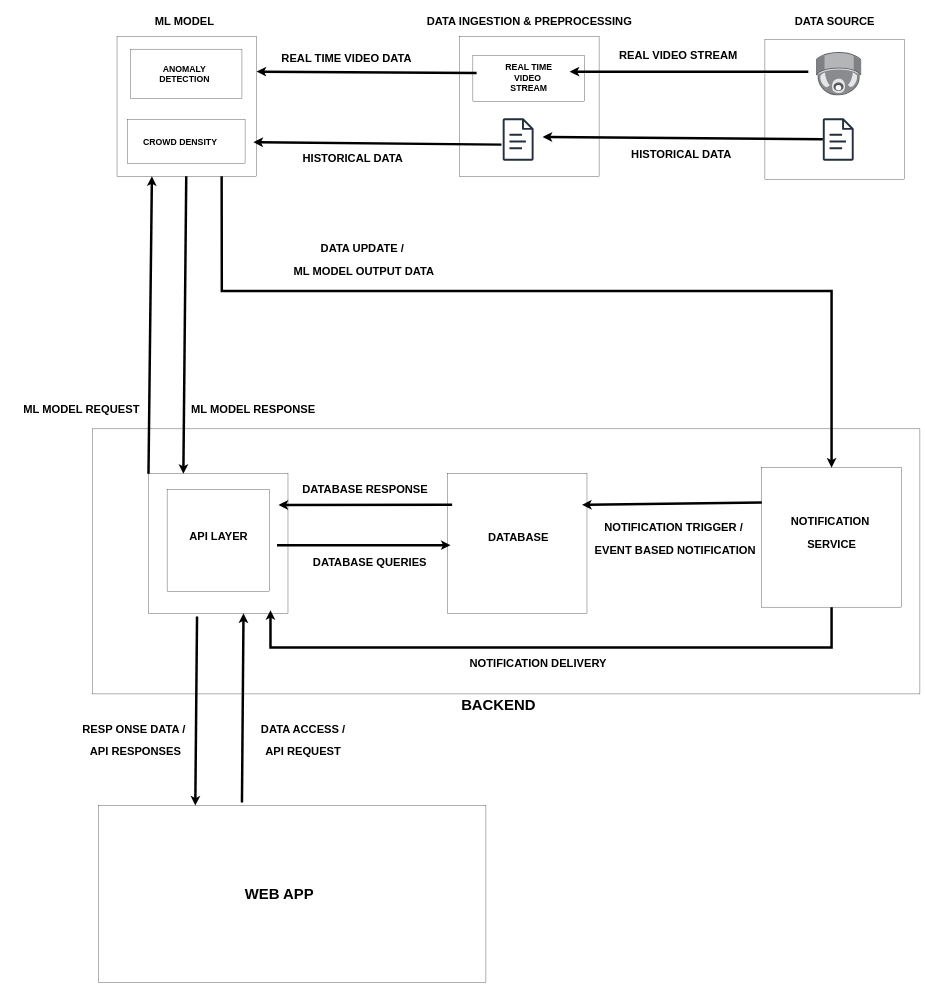
akhil888binoy/60DaysOfDevOps keeps this draw.io diagram as Untitled Diagram.drawio. Above is the earlier version. Source tidied: cells renumbered, new cells numbered last; positions are measured from the earlier drawing's top-left corner, leaving out a move shared by most shapes. Both pictures are drawn from the tidied source at 31%, with x=0, y=0 at pixel (5, 15).
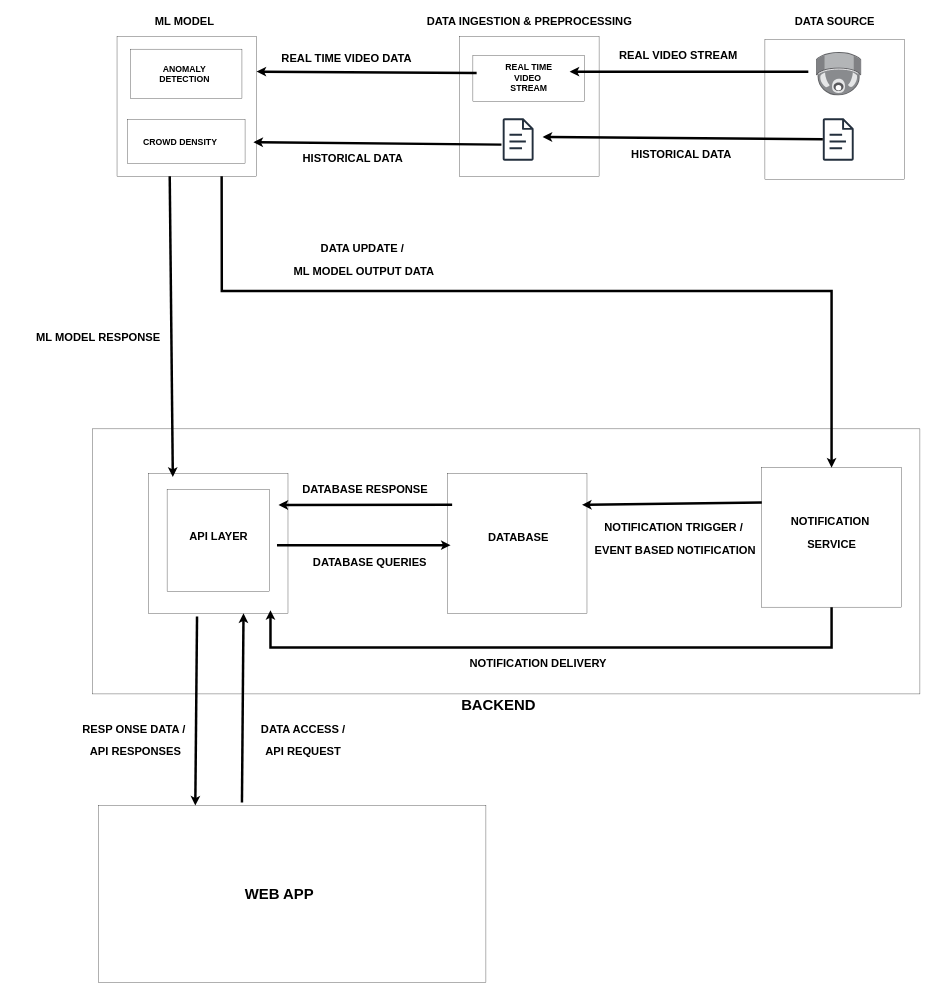
Above is the later version.

Unchanged cells that the change refers to:
```xml
<mxCell id="14" style="whiteSpace=wrap;html=1;" parent="1" vertex="1">
  <mxGeometry x="360" y="70" width="450" height="450" as="geometry" />
</mxCell>
<mxCell id="23" style="whiteSpace=wrap;html=1;" parent="1" vertex="1">
  <mxGeometry x="461.5" y="1480" width="450" height="450" as="geometry" />
</mxCell>
```

What changed in the source:
```diff
@@
-    <mxCell id="34" style="endArrow=classic;html=1;rounded=0;strokeWidth=8;entryX=0.25;entryY=1;entryDx=0;entryDy=0;exitX=0;exitY=0;exitDx=0;exitDy=0;" parent="1" edge="1" source="23" target="14">
-      <mxGeometry relative="1" as="geometry" />
-    </mxCell>
-    <mxCell id="35" style="endArrow=classic;html=1;rounded=0;strokeWidth=8;entryX=0.25;entryY=0;entryDx=0;entryDy=0;" parent="1" edge="1" target="23">
+    <mxCell id="35" style="endArrow=classic;html=1;rounded=0;strokeWidth=8;entryX=0.25;entryY=0;entryDx=0;entryDy=0;" parent="1" edge="1">
       <mxGeometry relative="1" as="geometry">
-        <mxPoint x="583.3" y="520" as="sourcePoint" />
+        <mxPoint x="530" y="520" as="sourcePoint" />
+        <mxPoint x="540" y="1490" as="targetPoint" />
       </mxGeometry>
     </mxCell>
@@
-    <mxCell id="41" value="&lt;h2&gt;ML MODEL REQUEST&lt;/h2&gt;" style="text;strokeColor=none;fillColor=none;html=1;fontSize=24;fontStyle=1;verticalAlign=middle;align=center;" parent="1" vertex="1">
-      <mxGeometry y="1250" width="490" height="40" as="geometry" />
-    </mxCell>
     <mxCell id="42" value="&lt;h2&gt;ML MODEL RESPONSE&lt;/h2&gt;" style="text;strokeColor=none;fillColor=none;html=1;fontSize=24;fontStyle=1;verticalAlign=middle;align=center;" parent="1" vertex="1">
-      <mxGeometry x="560" y="1250" width="477" height="40" as="geometry" />
+      <mxGeometry x="60" y="1020" width="477" height="40" as="geometry" />
     </mxCell>
```
